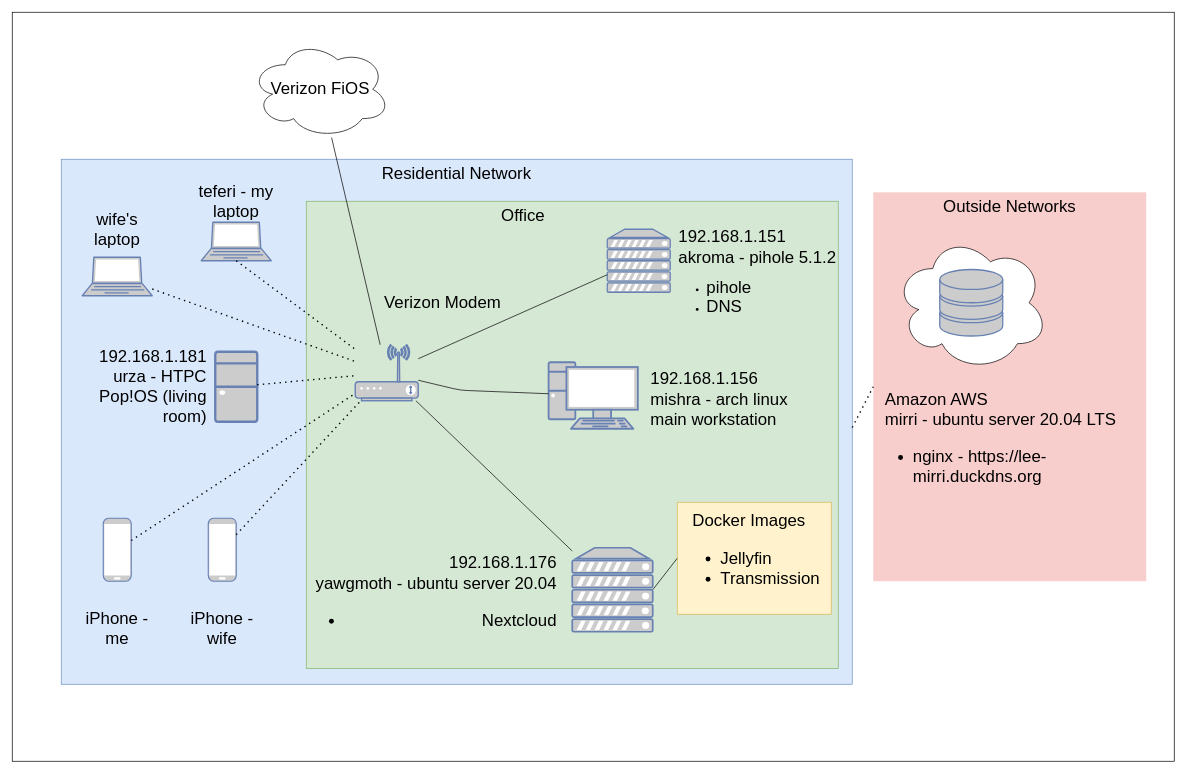
Before: Untitled Diagram.drawio in Aezon22/main, a draw.io diagram. Source tidied: cells renumbered, new cells numbered last; positions are measured from the earlier drawing's top-left corner, leaving out a move shared by most shapes. Both pictures are drawn from the tidied source at 70%, with x=0, y=0 at pixel (12, 12).
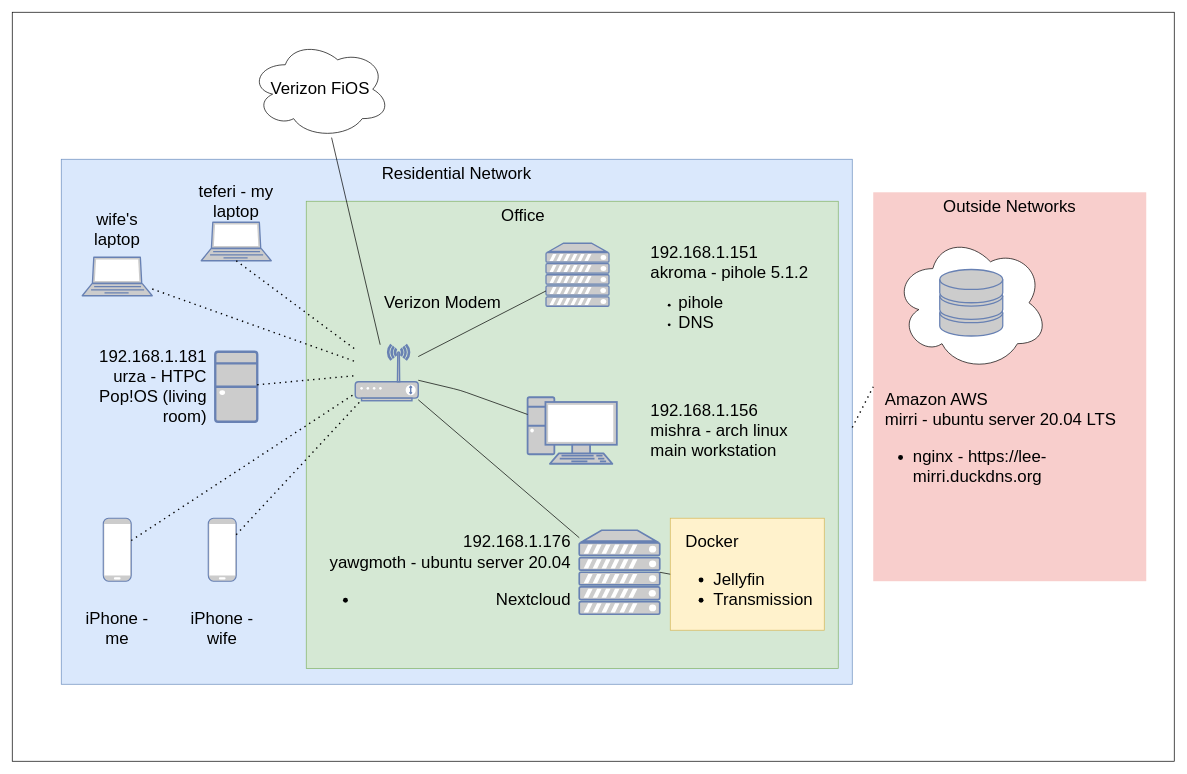
Above is the later version.

Diff of the diagram source:
```diff
@@
     <mxCell id="9" style="fontColor=#0066CC;verticalAlign=top;verticalLabelPosition=bottom;labelPosition=center;align=center;html=1;outlineConnect=0;fillColor=#CCCCCC;strokeColor=#6881B3;gradientColor=none;gradientDirection=north;strokeWidth=2;shape=mxgraph.networks.pc;" parent="1" vertex="1">
-      <mxGeometry x="766.2" y="500" width="127.5" height="95" as="geometry" />
+      <mxGeometry x="736.2" y="550" width="127.5" height="95" as="geometry" />
     </mxCell>
@@
     <mxCell id="13" style="fontColor=#0066CC;verticalAlign=top;verticalLabelPosition=bottom;labelPosition=center;align=center;html=1;outlineConnect=0;fillColor=#CCCCCC;strokeColor=#6881B3;gradientColor=none;gradientDirection=north;strokeWidth=2;shape=mxgraph.networks.server;" parent="1" vertex="1">
-      <mxGeometry x="800" y="765" width="115" height="120" as="geometry" />
+      <mxGeometry x="810" y="740" width="115" height="120" as="geometry" />
     </mxCell>
     <mxCell id="14" style="fontColor=#0066CC;verticalAlign=top;verticalLabelPosition=bottom;labelPosition=center;align=center;html=1;outlineConnect=0;fillColor=#CCCCCC;strokeColor=#6881B3;gradientColor=none;gradientDirection=north;strokeWidth=2;shape=mxgraph.networks.server;" parent="1" vertex="1">
-      <mxGeometry x="850" y="310" width="90" height="90" as="geometry" />
+      <mxGeometry x="762.5" y="330" width="90" height="90" as="geometry" />
     </mxCell>
@@
     <mxCell id="30" value="&lt;div align=&quot;left&quot;&gt;&lt;font style=&quot;font-size: 24px&quot;&gt;192.168.1.151&lt;/font&gt;&lt;br&gt;&lt;/div&gt;&lt;div style=&quot;font-size: 24px&quot; align=&quot;left&quot;&gt;akroma - pihole 5.1.2&lt;br&gt;&lt;/div&gt;&lt;ul&gt;&lt;li&gt;&lt;font style=&quot;font-size: 24px&quot;&gt; pihole&lt;/font&gt;&lt;/li&gt;&lt;li&gt;&lt;font style=&quot;font-size: 24px&quot;&gt; DNS&lt;/font&gt;&lt;/li&gt;&lt;/ul&gt;" style="text;html=1;strokeColor=none;fillColor=none;align=left;verticalAlign=middle;whiteSpace=wrap;rounded=0;fontSize=14;" parent="1" vertex="1">
-      <mxGeometry x="950" y="287.5" width="230" height="180" as="geometry" />
+      <mxGeometry x="910" y="310" width="230" height="180" as="geometry" />
     </mxCell>
     <mxCell id="31" value="&lt;div style=&quot;font-size: 24px&quot; align=&quot;left&quot;&gt;&lt;font style=&quot;font-size: 24px&quot;&gt;192.168.1.156&lt;br&gt;&lt;/font&gt;&lt;/div&gt;&lt;div style=&quot;font-size: 24px&quot; align=&quot;left&quot;&gt;&lt;font style=&quot;font-size: 24px&quot;&gt;mishra - arch linux&lt;/font&gt;&lt;/div&gt;&lt;div style=&quot;font-size: 24px&quot; align=&quot;left&quot;&gt;&lt;font style=&quot;font-size: 24px&quot;&gt;main workstation&lt;br&gt;&lt;/font&gt;&lt;/div&gt;" style="text;html=1;strokeColor=none;fillColor=none;align=left;verticalAlign=middle;whiteSpace=wrap;rounded=0;fontSize=14;" parent="1" vertex="1">
-      <mxGeometry x="910" y="467.5" width="250" height="170" as="geometry" />
+      <mxGeometry x="910" y="512.5" width="250" height="170" as="geometry" />
     </mxCell>
     <mxCell id="32" value="&lt;div style=&quot;font-size: 24px&quot; align=&quot;right&quot;&gt;&lt;font style=&quot;font-size: 24px&quot;&gt;192.168.1.176&lt;/font&gt;&lt;font style=&quot;font-size: 24px&quot;&gt;&lt;br&gt;&lt;/font&gt;&lt;/div&gt;&lt;div style=&quot;font-size: 24px&quot; align=&quot;right&quot;&gt;&lt;font style=&quot;font-size: 24px&quot;&gt;yawgmoth - ubuntu server 20.04&lt;/font&gt;&lt;/div&gt;&lt;div style=&quot;font-size: 24px&quot; align=&quot;right&quot;&gt;&lt;ul&gt;&lt;li&gt;Nextcloud&lt;br&gt;&lt;/li&gt;&lt;/ul&gt;&lt;/div&gt;" style="text;html=1;strokeColor=none;fillColor=none;align=right;verticalAlign=middle;whiteSpace=wrap;rounded=0;fontSize=14;" parent="1" vertex="1">
-      <mxGeometry x="410" y="760" width="370" height="160" as="geometry" />
+      <mxGeometry x="430" y="730" width="370" height="160" as="geometry" />
     </mxCell>
     <mxCell id="33" style="rounded=0;whiteSpace=wrap;html=1;fillColor=#fff2cc;strokeColor=#d6b656;" parent="1" vertex="1">
-      <mxGeometry x="950" y="700" width="220" height="160" as="geometry" />
+      <mxGeometry x="940" y="722.8" width="220" height="160" as="geometry" />
     </mxCell>
-    <mxCell id="34" value="&lt;div align=&quot;left&quot;&gt;&lt;font style=&quot;font-size: 24px&quot;&gt;Docker Images&lt;/font&gt;&lt;/div&gt;&lt;div align=&quot;left&quot;&gt;&lt;ul style=&quot;font-size: 24px&quot;&gt;&lt;li&gt;Jellyfin&lt;/li&gt;&lt;li&gt;Transmission&lt;br&gt;&lt;/li&gt;&lt;/ul&gt;&lt;/div&gt;" style="text;html=1;strokeColor=none;fillColor=none;align=left;verticalAlign=middle;whiteSpace=wrap;rounded=0;fontSize=14;" parent="1" vertex="1">
-      <mxGeometry x="970" y="720" width="180" height="120" as="geometry" />
+    <mxCell id="34" value="&lt;div align=&quot;left&quot;&gt;&lt;font style=&quot;font-size: 24px&quot;&gt;Docker&lt;br&gt;&lt;/font&gt;&lt;/div&gt;&lt;div align=&quot;left&quot;&gt;&lt;ul style=&quot;font-size: 24px&quot;&gt;&lt;li&gt;Jellyfin&lt;/li&gt;&lt;li&gt;Transmission&lt;br&gt;&lt;/li&gt;&lt;/ul&gt;&lt;/div&gt;" style="text;html=1;strokeColor=none;fillColor=none;align=left;verticalAlign=middle;whiteSpace=wrap;rounded=0;fontSize=14;" parent="1" vertex="1">
+      <mxGeometry x="960" y="750" width="180" height="120" as="geometry" />
     </mxCell>
```
